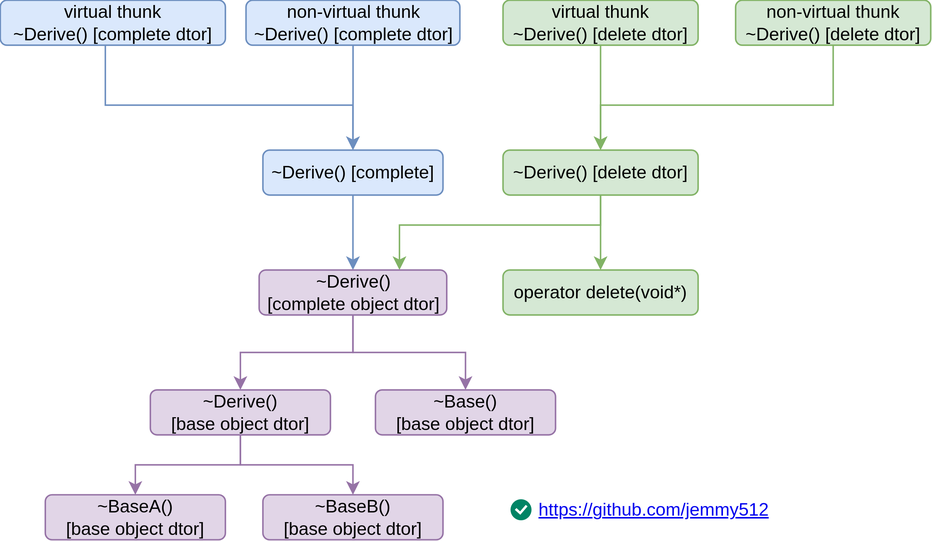
Above: Cpp/images/cpp-derive-dtor.svg in jemmy512/software-engineer (draw.io), before the change. Source tidied: cells renumbered, new cells last; positions are measured from the earlier drawing's top-left corner, leaving out a move shared by most shapes. Its diagram source:
```xml
<mxGraphModel>
  <root>
    <mxCell id="0" />
    <mxCell id="1" parent="0" />
    <mxCell id="2" style="edgeStyle=orthogonalEdgeStyle;rounded=0;jettySize=auto;html=1;entryX=0.5;entryY=0;entryDx=0;entryDy=0;fillColor=#dae8fc;strokeColor=#6c8ebf;" parent="1" edge="1" source="3" target="7">
      <mxGeometry relative="1" as="geometry">
        <Array as="points">
          <mxPoint x="70" y="70" />
          <mxPoint x="235" y="70" />
        </Array>
      </mxGeometry>
    </mxCell>
    <mxCell id="3" value="virtual thunk &lt;br&gt;~Derive() [complete dtor]" style="rounded=1;whiteSpace=wrap;html=1;fillColor=#dae8fc;strokeColor=#6c8ebf;" parent="1" vertex="1">
      <mxGeometry width="150" height="30" as="geometry" />
    </mxCell>
    <mxCell id="4" style="edgeStyle=orthogonalEdgeStyle;rounded=0;jettySize=auto;html=1;fillColor=#dae8fc;strokeColor=#6c8ebf;" parent="1" edge="1" source="5" target="7">
      <mxGeometry relative="1" as="geometry" />
    </mxCell>
    <mxCell id="5" value="non-virtual thunk &lt;br&gt;~Derive() [complete dtor]" style="rounded=1;whiteSpace=wrap;html=1;fillColor=#dae8fc;strokeColor=#6c8ebf;" parent="1" vertex="1">
      <mxGeometry x="163.8" width="142.5" height="30" as="geometry" />
    </mxCell>
    <mxCell id="6" style="edgeStyle=orthogonalEdgeStyle;rounded=0;jettySize=auto;html=1;fillColor=#dae8fc;strokeColor=#6c8ebf;" parent="1" edge="1" source="7" target="17">
      <mxGeometry relative="1" as="geometry" />
    </mxCell>
    <mxCell id="7" value="~Derive() [complete]" style="rounded=1;whiteSpace=wrap;html=1;fillColor=#dae8fc;strokeColor=#6c8ebf;" parent="1" vertex="1">
      <mxGeometry x="175" y="100" width="120" height="30" as="geometry" />
    </mxCell>
    <mxCell id="8" style="edgeStyle=orthogonalEdgeStyle;rounded=0;jettySize=auto;html=1;entryX=0.5;entryY=0;entryDx=0;entryDy=0;fillColor=#d5e8d4;strokeColor=#82b366;" parent="1" edge="1" source="9" target="14">
      <mxGeometry relative="1" as="geometry" />
    </mxCell>
    <mxCell id="9" value="virtual thunk &lt;br&gt;~Derive() [delete dtor]" style="rounded=1;whiteSpace=wrap;html=1;fillColor=#d5e8d4;strokeColor=#82b366;" parent="1" vertex="1">
      <mxGeometry x="335" width="130" height="30" as="geometry" />
    </mxCell>
    <mxCell id="10" style="edgeStyle=orthogonalEdgeStyle;rounded=0;jettySize=auto;html=1;entryX=0.5;entryY=0;entryDx=0;entryDy=0;exitX=0.5;exitY=1;exitDx=0;exitDy=0;fillColor=#d5e8d4;strokeColor=#82b366;" parent="1" edge="1" source="11" target="14">
      <mxGeometry relative="1" as="geometry">
        <Array as="points">
          <mxPoint x="555" y="70" />
          <mxPoint x="400" y="70" />
        </Array>
      </mxGeometry>
    </mxCell>
    <mxCell id="11" value="non-virtual thunk &lt;br&gt;~Derive() [delete dtor]" style="rounded=1;whiteSpace=wrap;html=1;fillColor=#d5e8d4;strokeColor=#82b366;" parent="1" vertex="1">
      <mxGeometry x="490" width="130" height="30" as="geometry" />
    </mxCell>
    <mxCell id="12" style="edgeStyle=orthogonalEdgeStyle;rounded=0;jettySize=auto;html=1;entryX=0.75;entryY=0;entryDx=0;entryDy=0;exitX=0.5;exitY=1;exitDx=0;exitDy=0;fillColor=#d5e8d4;strokeColor=#82b366;" parent="1" edge="1" source="14" target="17">
      <mxGeometry relative="1" as="geometry">
        <Array as="points">
          <mxPoint x="400" y="150" />
          <mxPoint x="266" y="150" />
          <mxPoint x="266" y="180" />
        </Array>
      </mxGeometry>
    </mxCell>
    <mxCell id="13" style="edgeStyle=orthogonalEdgeStyle;rounded=0;jettySize=auto;html=1;entryX=0.5;entryY=0;entryDx=0;entryDy=0;fillColor=#d5e8d4;strokeColor=#82b366;" parent="1" edge="1" source="14" target="18">
      <mxGeometry relative="1" as="geometry" />
    </mxCell>
    <mxCell id="14" value="~Derive() [delete dtor]" style="rounded=1;whiteSpace=wrap;html=1;fillColor=#d5e8d4;strokeColor=#82b366;" parent="1" vertex="1">
      <mxGeometry x="335" y="100" width="130" height="30" as="geometry" />
    </mxCell>
    <mxCell id="15" style="edgeStyle=orthogonalEdgeStyle;rounded=0;jettySize=auto;html=1;fillColor=#e1d5e7;strokeColor=#9673a6;" parent="1" edge="1" source="17" target="21">
      <mxGeometry relative="1" as="geometry" />
    </mxCell>
    <mxCell id="16" style="edgeStyle=orthogonalEdgeStyle;rounded=0;jettySize=auto;html=1;fillColor=#e1d5e7;strokeColor=#9673a6;" parent="1" edge="1" source="17" target="22">
      <mxGeometry relative="1" as="geometry" />
    </mxCell>
    <mxCell id="17" value="~Derive() &lt;br&gt;[complete object dtor]" style="rounded=1;whiteSpace=wrap;html=1;fillColor=#e1d5e7;strokeColor=#9673a6;" parent="1" vertex="1">
      <mxGeometry x="172.5" y="180" width="125" height="30" as="geometry" />
    </mxCell>
    <mxCell id="18" value="operator delete(void*)" style="rounded=1;whiteSpace=wrap;html=1;fillColor=#d5e8d4;strokeColor=#82b366;" parent="1" vertex="1">
      <mxGeometry x="335" y="180" width="130" height="30" as="geometry" />
    </mxCell>
    <mxCell id="19" style="edgeStyle=orthogonalEdgeStyle;rounded=0;jettySize=auto;html=1;fillColor=#e1d5e7;strokeColor=#9673a6;" parent="1" edge="1" source="21" target="23">
      <mxGeometry relative="1" as="geometry" />
    </mxCell>
    <mxCell id="20" style="edgeStyle=orthogonalEdgeStyle;rounded=0;jettySize=auto;html=1;fillColor=#e1d5e7;strokeColor=#9673a6;" parent="1" edge="1" source="21" target="24">
      <mxGeometry relative="1" as="geometry" />
    </mxCell>
    <mxCell id="21" value="~Derive() &lt;br&gt;[base object dtor]" style="rounded=1;whiteSpace=wrap;html=1;fillColor=#e1d5e7;strokeColor=#9673a6;" parent="1" vertex="1">
      <mxGeometry x="100" y="260" width="120" height="30" as="geometry" />
    </mxCell>
    <mxCell id="22" value="~Base() &lt;br&gt;[base object dtor]" style="rounded=1;whiteSpace=wrap;html=1;fillColor=#e1d5e7;strokeColor=#9673a6;" parent="1" vertex="1">
      <mxGeometry x="250" y="260" width="120" height="30" as="geometry" />
    </mxCell>
    <mxCell id="23" value="~BaseA() &lt;br&gt;[base object dtor]" style="rounded=1;whiteSpace=wrap;html=1;fillColor=#e1d5e7;strokeColor=#9673a6;" parent="1" vertex="1">
      <mxGeometry x="30" y="330" width="120" height="30" as="geometry" />
    </mxCell>
    <mxCell id="24" value="~BaseB() &lt;br&gt;[base object dtor]" style="rounded=1;whiteSpace=wrap;html=1;fillColor=#e1d5e7;strokeColor=#9673a6;" parent="1" vertex="1">
      <mxGeometry x="175" y="330" width="120" height="30" as="geometry" />
    </mxCell>
    <mxCell id="25" style="html=1;shadow=0;dashed=0;shape=mxgraph.atlassian.checkbox;fillColor=#008465;strokeColor=none;html=1;sketch=0;" parent="1" vertex="1">
      <mxGeometry x="340" y="333" width="14" height="14" as="geometry" />
    </mxCell>
    <mxCell id="26" value="https://github.com/jemmy512" style="text;html=1;strokeColor=none;fillColor=none;whiteSpace=wrap;align=center;verticalAlign=middle;fontColor=#0000EE;fontStyle=4;" parent="1" vertex="1">
      <mxGeometry x="350.1" y="320" width="170.9" height="40" as="geometry" />
    </mxCell>
  </root>
</mxGraphModel>
```
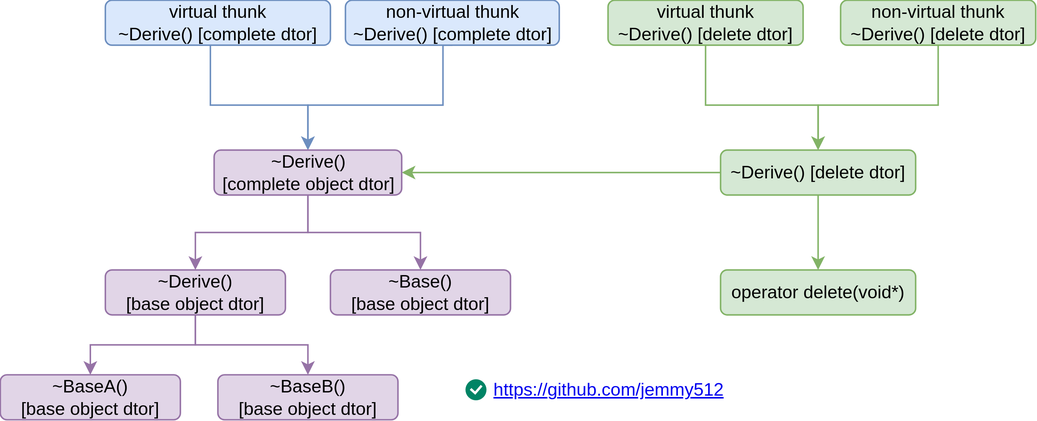
The same file after the commit.

Commit message:
Ignore virtual base ctor in intermediate ctor

Diff of the diagram source:
```diff
@@ -2,31 +2,35 @@
   <root>
     <mxCell id="0" />
     <mxCell id="1" parent="0" />
-    <mxCell id="2" style="edgeStyle=orthogonalEdgeStyle;rounded=0;jettySize=auto;html=1;entryX=0.5;entryY=0;entryDx=0;entryDy=0;fillColor=#dae8fc;strokeColor=#6c8ebf;" parent="1" edge="1" source="3" target="7">
+    <mxCell id="2" style="edgeStyle=orthogonalEdgeStyle;rounded=0;jettySize=auto;html=1;entryX=0.5;entryY=0;entryDx=0;entryDy=0;fillColor=#dae8fc;strokeColor=#6c8ebf;" parent="1" edge="1" source="3" target="17">
       <mxGeometry relative="1" as="geometry">
         <Array as="points">
           <mxPoint x="70" y="70" />
-          <mxPoint x="235" y="70" />
+          <mxPoint x="135" y="70" />
         </Array>
       </mxGeometry>
     </mxCell>
     <mxCell id="3" value="virtual thunk &lt;br&gt;~Derive() [complete dtor]" style="rounded=1;whiteSpace=wrap;html=1;fillColor=#dae8fc;strokeColor=#6c8ebf;" parent="1" vertex="1">
       <mxGeometry width="150" height="30" as="geometry" />
     </mxCell>
-    <mxCell id="4" style="edgeStyle=orthogonalEdgeStyle;rounded=0;jettySize=auto;html=1;fillColor=#dae8fc;strokeColor=#6c8ebf;" parent="1" edge="1" source="5" target="7">
-      <mxGeometry relative="1" as="geometry" />
+    <mxCell id="4" style="edgeStyle=orthogonalEdgeStyle;rounded=0;jettySize=auto;html=1;fillColor=#dae8fc;strokeColor=#6c8ebf;entryX=0.5;entryY=0;entryDx=0;entryDy=0;exitX=0.5;exitY=1;exitDx=0;exitDy=0;" parent="1" edge="1" source="5" target="17">
+      <mxGeometry relative="1" as="geometry">
+        <Array as="points">
+          <mxPoint x="225" y="70" />
+          <mxPoint x="135" y="70" />
+        </Array>
+      </mxGeometry>
     </mxCell>
     <mxCell id="5" value="non-virtual thunk &lt;br&gt;~Derive() [complete dtor]" style="rounded=1;whiteSpace=wrap;html=1;fillColor=#dae8fc;strokeColor=#6c8ebf;" parent="1" vertex="1">
-      <mxGeometry x="163.8" width="142.5" height="30" as="geometry" />
+      <mxGeometry x="160" width="142.5" height="30" as="geometry" />
     </mxCell>
-    <mxCell id="6" style="edgeStyle=orthogonalEdgeStyle;rounded=0;jettySize=auto;html=1;fillColor=#dae8fc;strokeColor=#6c8ebf;" parent="1" edge="1" source="7" target="17">
-      <mxGeometry relative="1" as="geometry" />
-    </mxCell>
-    <mxCell id="7" value="~Derive() [complete]" style="rounded=1;whiteSpace=wrap;html=1;fillColor=#dae8fc;strokeColor=#6c8ebf;" parent="1" vertex="1">
-      <mxGeometry x="175" y="100" width="120" height="30" as="geometry" />
-    </mxCell>
     <mxCell id="8" style="edgeStyle=orthogonalEdgeStyle;rounded=0;jettySize=auto;html=1;entryX=0.5;entryY=0;entryDx=0;entryDy=0;fillColor=#d5e8d4;strokeColor=#82b366;" parent="1" edge="1" source="9" target="14">
-      <mxGeometry relative="1" as="geometry" />
+      <mxGeometry relative="1" as="geometry">
+        <Array as="points">
+          <mxPoint x="400" y="70" />
+          <mxPoint x="475" y="70" />
+        </Array>
+      </mxGeometry>
     </mxCell>
     <mxCell id="9" value="virtual thunk &lt;br&gt;~Derive() [delete dtor]" style="rounded=1;whiteSpace=wrap;html=1;fillColor=#d5e8d4;strokeColor=#82b366;" parent="1" vertex="1">
       <mxGeometry x="335" width="130" height="30" as="geometry" />
@@ -35,19 +39,18 @@
       <mxGeometry relative="1" as="geometry">
         <Array as="points">
           <mxPoint x="555" y="70" />
-          <mxPoint x="400" y="70" />
+          <mxPoint x="475" y="70" />
         </Array>
       </mxGeometry>
     </mxCell>
     <mxCell id="11" value="non-virtual thunk &lt;br&gt;~Derive() [delete dtor]" style="rounded=1;whiteSpace=wrap;html=1;fillColor=#d5e8d4;strokeColor=#82b366;" parent="1" vertex="1">
       <mxGeometry x="490" width="130" height="30" as="geometry" />
     </mxCell>
-    <mxCell id="12" style="edgeStyle=orthogonalEdgeStyle;rounded=0;jettySize=auto;html=1;entryX=0.75;entryY=0;entryDx=0;entryDy=0;exitX=0.5;exitY=1;exitDx=0;exitDy=0;fillColor=#d5e8d4;strokeColor=#82b366;" parent="1" edge="1" source="14" target="17">
+    <mxCell id="12" style="edgeStyle=orthogonalEdgeStyle;rounded=0;jettySize=auto;html=1;entryX=1;entryY=0.5;entryDx=0;entryDy=0;exitX=0;exitY=0.5;exitDx=0;exitDy=0;fillColor=#d5e8d4;strokeColor=#82b366;" parent="1" edge="1" source="14" target="17">
       <mxGeometry relative="1" as="geometry">
         <Array as="points">
-          <mxPoint x="400" y="150" />
-          <mxPoint x="266" y="150" />
-          <mxPoint x="266" y="180" />
+          <mxPoint x="360" y="115" />
+          <mxPoint x="360" y="115" />
         </Array>
       </mxGeometry>
     </mxCell>
@@ -55,7 +58,7 @@
       <mxGeometry relative="1" as="geometry" />
     </mxCell>
     <mxCell id="14" value="~Derive() [delete dtor]" style="rounded=1;whiteSpace=wrap;html=1;fillColor=#d5e8d4;strokeColor=#82b366;" parent="1" vertex="1">
-      <mxGeometry x="335" y="100" width="130" height="30" as="geometry" />
+      <mxGeometry x="410" y="100" width="130" height="30" as="geometry" />
     </mxCell>
     <mxCell id="15" style="edgeStyle=orthogonalEdgeStyle;rounded=0;jettySize=auto;html=1;fillColor=#e1d5e7;strokeColor=#9673a6;" parent="1" edge="1" source="17" target="21">
       <mxGeometry relative="1" as="geometry" />
@@ -64,10 +67,10 @@
       <mxGeometry relative="1" as="geometry" />
     </mxCell>
     <mxCell id="17" value="~Derive() &lt;br&gt;[complete object dtor]" style="rounded=1;whiteSpace=wrap;html=1;fillColor=#e1d5e7;strokeColor=#9673a6;" parent="1" vertex="1">
-      <mxGeometry x="172.5" y="180" width="125" height="30" as="geometry" />
+      <mxGeometry x="72.5" y="100" width="125" height="30" as="geometry" />
     </mxCell>
     <mxCell id="18" value="operator delete(void*)" style="rounded=1;whiteSpace=wrap;html=1;fillColor=#d5e8d4;strokeColor=#82b366;" parent="1" vertex="1">
-      <mxGeometry x="335" y="180" width="130" height="30" as="geometry" />
+      <mxGeometry x="410" y="180" width="130" height="30" as="geometry" />
     </mxCell>
     <mxCell id="19" style="edgeStyle=orthogonalEdgeStyle;rounded=0;jettySize=auto;html=1;fillColor=#e1d5e7;strokeColor=#9673a6;" parent="1" edge="1" source="21" target="23">
       <mxGeometry relative="1" as="geometry" />
@@ -76,22 +79,22 @@
       <mxGeometry relative="1" as="geometry" />
     </mxCell>
     <mxCell id="21" value="~Derive() &lt;br&gt;[base object dtor]" style="rounded=1;whiteSpace=wrap;html=1;fillColor=#e1d5e7;strokeColor=#9673a6;" parent="1" vertex="1">
-      <mxGeometry x="100" y="260" width="120" height="30" as="geometry" />
+      <mxGeometry y="180" width="120" height="30" as="geometry" />
     </mxCell>
     <mxCell id="22" value="~Base() &lt;br&gt;[base object dtor]" style="rounded=1;whiteSpace=wrap;html=1;fillColor=#e1d5e7;strokeColor=#9673a6;" parent="1" vertex="1">
-      <mxGeometry x="250" y="260" width="120" height="30" as="geometry" />
+      <mxGeometry x="150" y="180" width="120" height="30" as="geometry" />
     </mxCell>
     <mxCell id="23" value="~BaseA() &lt;br&gt;[base object dtor]" style="rounded=1;whiteSpace=wrap;html=1;fillColor=#e1d5e7;strokeColor=#9673a6;" parent="1" vertex="1">
-      <mxGeometry x="30" y="330" width="120" height="30" as="geometry" />
+      <mxGeometry x="-70" y="250" width="120" height="30" as="geometry" />
     </mxCell>
     <mxCell id="24" value="~BaseB() &lt;br&gt;[base object dtor]" style="rounded=1;whiteSpace=wrap;html=1;fillColor=#e1d5e7;strokeColor=#9673a6;" parent="1" vertex="1">
-      <mxGeometry x="175" y="330" width="120" height="30" as="geometry" />
+      <mxGeometry x="75" y="250" width="120" height="30" as="geometry" />
     </mxCell>
     <mxCell id="25" style="html=1;shadow=0;dashed=0;shape=mxgraph.atlassian.checkbox;fillColor=#008465;strokeColor=none;html=1;sketch=0;" parent="1" vertex="1">
-      <mxGeometry x="340" y="333" width="14" height="14" as="geometry" />
+      <mxGeometry x="240" y="253" width="14" height="14" as="geometry" />
     </mxCell>
     <mxCell id="26" value="https://github.com/jemmy512" style="text;html=1;strokeColor=none;fillColor=none;whiteSpace=wrap;align=center;verticalAlign=middle;fontColor=#0000EE;fontStyle=4;" parent="1" vertex="1">
-      <mxGeometry x="350.1" y="320" width="170.9" height="40" as="geometry" />
+      <mxGeometry x="250" y="240" width="170.9" height="40" as="geometry" />
     </mxCell>
   </root>
 </mxGraphModel>
```
